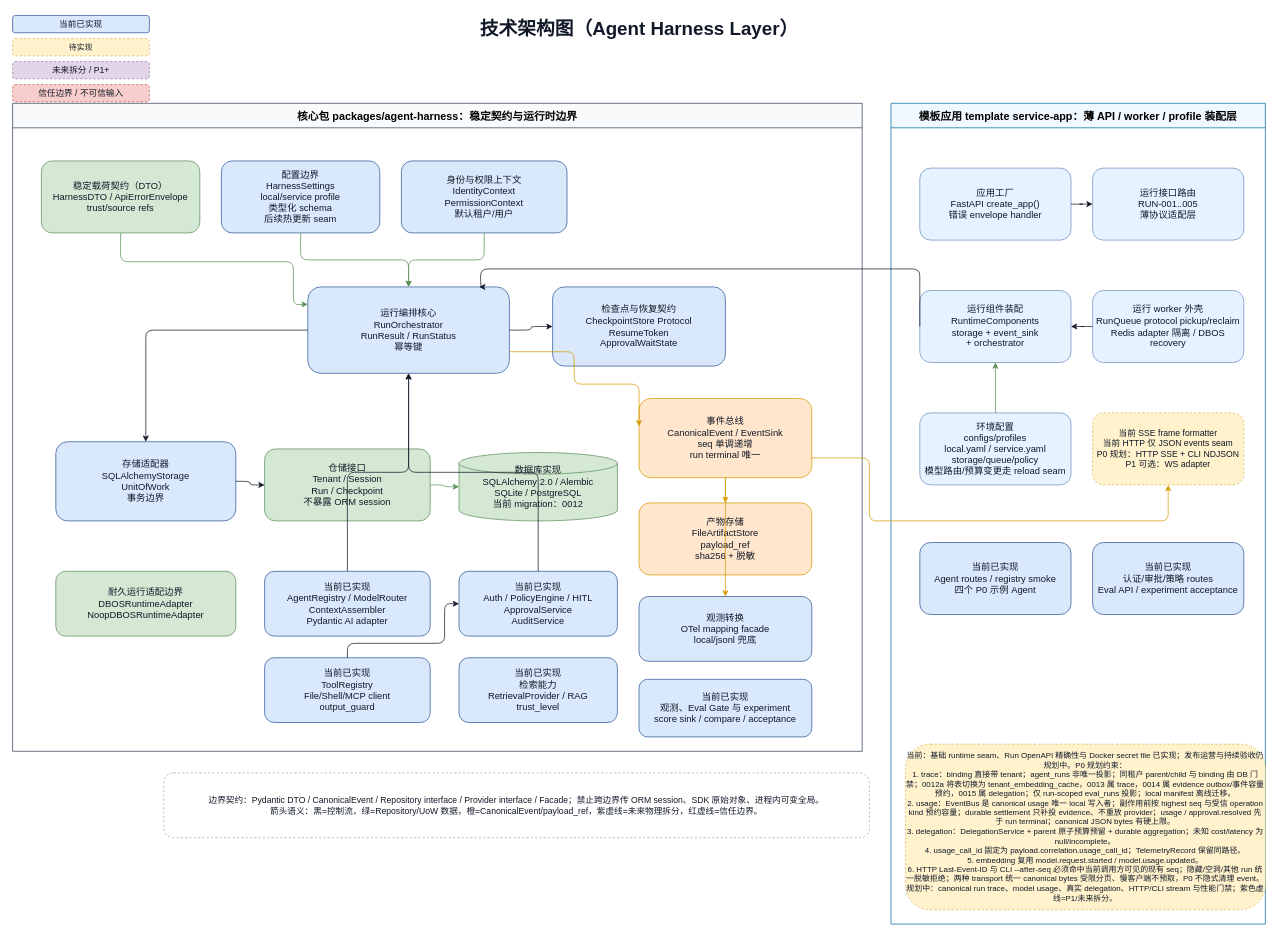
Earlier version of the draw.io diagram docs/architecture/agent-harness-technical-architecture.drawio (wdmcheng/agent-harness-layer). Source tidied: cells renumbered, new cells numbered last; positions are measured from the earlier drawing's top-left corner, leaving out a move shared by most shapes. Both pictures are drawn from the tidied source at 72%, with x=0, y=0 at pixel (12, 12).
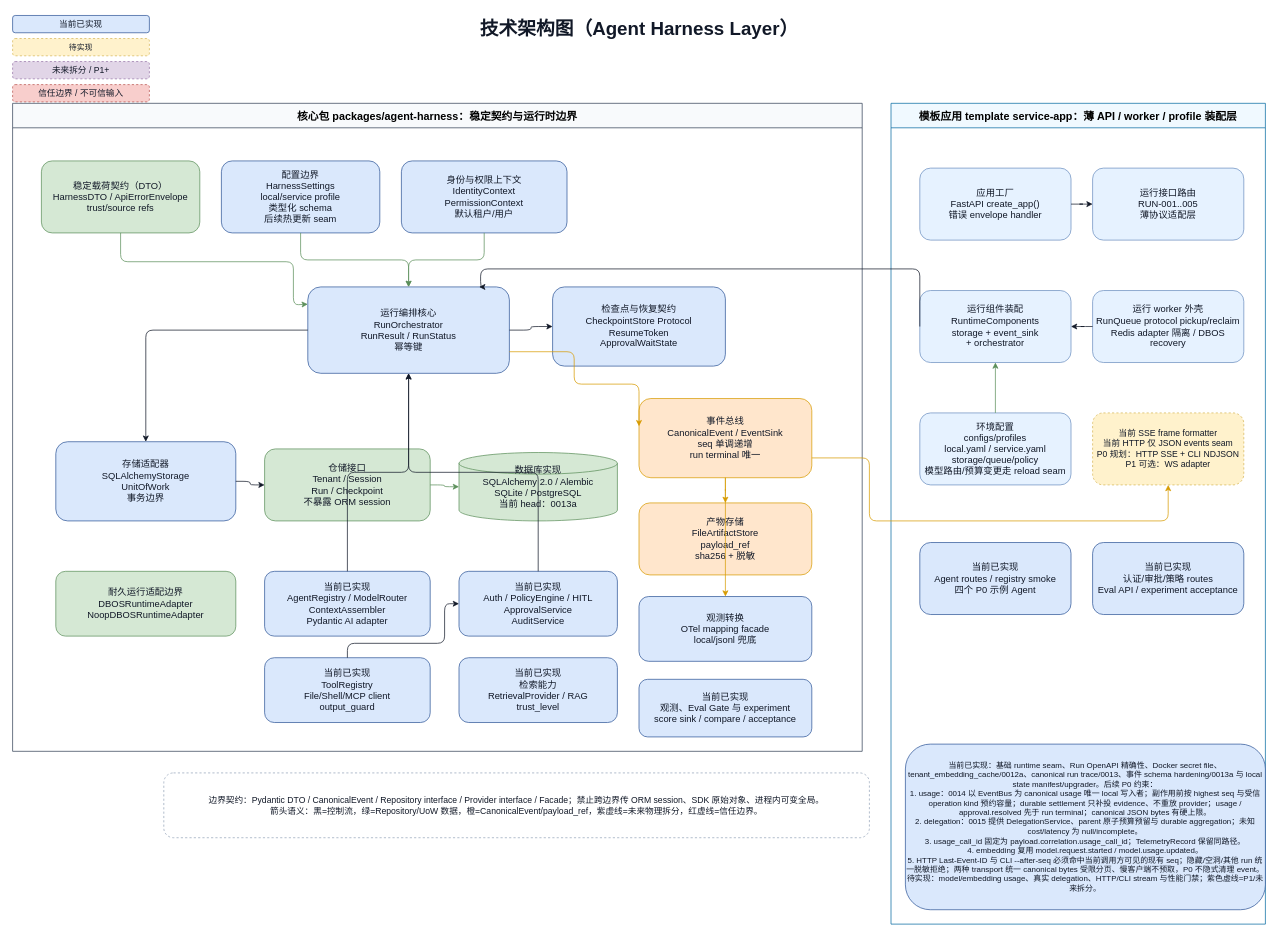
The same page after the edit.

The change refers to these unchanged cells:
```xml
<mxCell id="7" value="核心包 packages/agent-harness：稳定契约与运行时边界" style="swimlane;startSize=34;html=1;whiteSpace=wrap;rounded=0;fontSize=15;fontStyle=1;fillColor=#f8fafc;strokeColor=#334155;" parent="1" vertex="1">
  <mxGeometry y="126" width="1180" height="900" as="geometry" />
</mxCell>
```

What changed in the source:
```diff
@@
-    <mxCell id="10" value="当前：基础 runtime seam、Run OpenAPI 精确性与 Docker secret file 已实现；发布运营与持续验收仍规划中。P0 规划约束：&#10;1. trace：binding 直接带 tenant；agent_runs 非唯一投影；同租户 parent/child 与 binding 由 DB 门禁；0012a 将表切换为 tenant_embedding_cache，0013 属 trace，0014 属 evidence outbox/事件容量预约，0015 属 delegation；仅 run-scoped eval_runs 投影；local manifest 离线迁移。&#10;2. usage：EventBus 是 canonical usage 唯一 local 写入者；副作用前按 highest seq 与受信 operation kind 预约容量；durable settlement 只补投 evidence、不重放 provider；usage / approval.resolved 先于 run terminal；canonical JSON bytes 有硬上限。&#10;3. delegation：DelegationService + parent 原子预算预留 + durable aggregation；未知 cost/latency 为 null/incomplete。&#10;4. usage_call_id 固定为 payload.correlation.usage_call_id；TelemetryRecord 保留同路径。&#10;5. embedding 复用 model.request.started / model.usage.updated。&#10;6. HTTP Last-Event-ID 与 CLI --after-seq 必须命中当前调用方可见的现有 seq；隐藏/空洞/其他 run 统一脱敏拒绝；两种 transport 统一 canonical bytes 受限分页、慢客户端不预取，P0 不隐式清理 event。&#10;规划中：canonical run trace、model usage、真实 delegation、HTTP/CLI stream 与性能门禁；紫色虚线=P1/未来拆分。" style="rounded=1;whiteSpace=wrap;html=1;fillColor=#fff2cc;strokeColor=#d6b656;fontColor=#111827;fontSize=11;dashed=1;" parent="1" vertex="1">
+    <mxCell id="10" value="当前已实现：基础 runtime seam、Run OpenAPI 精确性、Docker secret file、tenant_embedding_cache/0012a、canonical run trace/0013、事件 schema hardening/0013a 与 local state manifest/upgrader。后续 P0 约束：&#10;1. usage：0014 以 EventBus 为 canonical usage 唯一 local 写入者；副作用前按 highest seq 与受信 operation kind 预约容量；durable settlement 只补投 evidence、不重放 provider；usage / approval.resolved 先于 run terminal；canonical JSON bytes 有硬上限。&#10;2. delegation：0015 提供 DelegationService、parent 原子预算预留与 durable aggregation；未知 cost/latency 为 null/incomplete。&#10;3. usage_call_id 固定为 payload.correlation.usage_call_id；TelemetryRecord 保留同路径。&#10;4. embedding 复用 model.request.started / model.usage.updated。&#10;5. HTTP Last-Event-ID 与 CLI --after-seq 必须命中当前调用方可见的现有 seq；隐藏/空洞/其他 run 统一脱敏拒绝；两种 transport 统一 canonical bytes 受限分页、慢客户端不预取，P0 不隐式清理 event。&#10;待实现：model/embedding usage、真实 delegation、HTTP/CLI stream 与性能门禁；紫色虚线=P1/未来拆分。" style="rounded=1;whiteSpace=wrap;html=1;fillColor=#dae8fc;strokeColor=#2f5597;fontColor=#111827;fontSize=11;" parent="1" vertex="1">
       <mxGeometry x="1240" y="1016" width="500" height="230" as="geometry" />
     </mxCell>
@@
-    <mxCell id="18" value="数据库实现&#10;SQLAlchemy 2.0 / Alembic&#10;SQLite / PostgreSQL&#10;当前 migration：0012" style="shape=cylinder3;whiteSpace=wrap;html=1;fillColor=#d5e8d4;strokeColor=#5b8f5a;fontColor=#111827;fontSize=13;" parent="7" vertex="1">
+    <mxCell id="18" value="数据库实现&#10;SQLAlchemy 2.0 / Alembic&#10;SQLite / PostgreSQL&#10;当前 head：0013a" style="shape=cylinder3;whiteSpace=wrap;html=1;fillColor=#d5e8d4;strokeColor=#5b8f5a;fontColor=#111827;fontSize=13;" parent="7" vertex="1">
       <mxGeometry x="620" y="485" width="220" height="95" as="geometry" />
     </mxCell>
```
